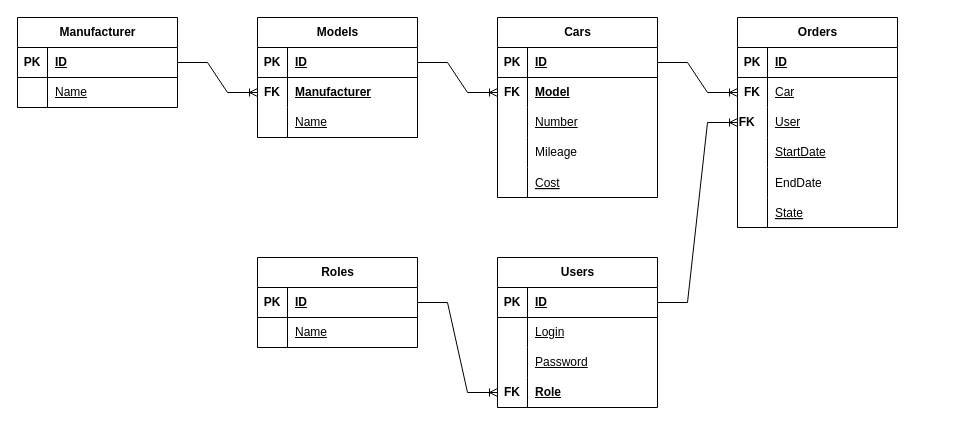
Above: attachments/ER Diagram.drawio in G82ft/edu-pract-24 (draw.io), before the change. Source tidied: cells renumbered, new cells numbered last; positions are measured from the earlier drawing's top-left corner, leaving out a move shared by most shapes. Both pictures are drawn from the tidied source at 100%, with x=0, y=0 at pixel (17, 17).
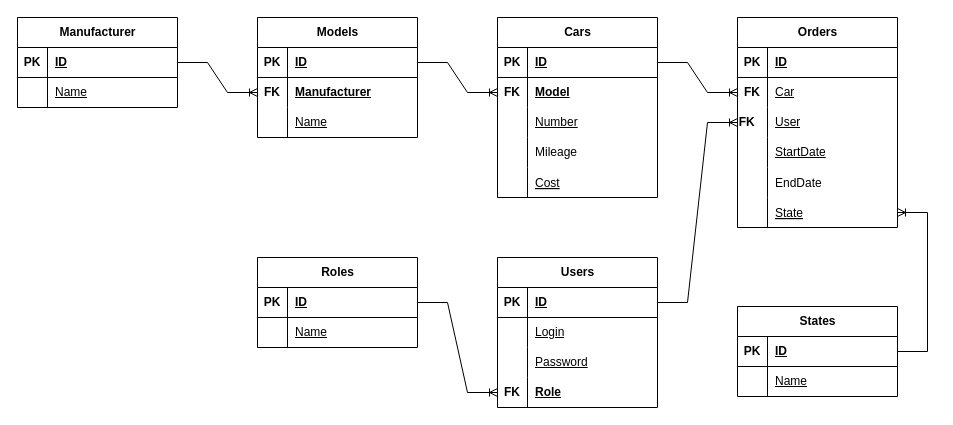
After the change.

The change refers to these unchanged cells:
```xml
<mxCell id="71" style="shape=tableRow;horizontal=0;startSize=0;swimlaneHead=0;swimlaneBody=0;fillColor=none;points=[[0,0.5],[1,0.5]];portConstraint=eastwest;top=0;left=0;right=0;bottom=0;" parent="55" vertex="1">
  <mxGeometry y="180" width="160" height="30" as="geometry" />
</mxCell>
```

Change to the diagram source:
```diff
@@
+    <mxCell id="79" value="States" style="shape=table;startSize=30;childLayout=tableLayout;rowLines=0;fontStyle=1;align=center;html=1;" parent="1" vertex="1">
+      <mxGeometry x="720" y="289" width="160" height="90" as="geometry" />
+    </mxCell>
+    <mxCell id="80" style="shape=tableRow;horizontal=0;startSize=0;swimlaneHead=0;swimlaneBody=0;fillColor=none;points=[[0,0.5],[1,0.5]];portConstraint=eastwest;top=0;left=0;right=0;bottom=1;" parent="79" vertex="1">
+      <mxGeometry y="30" width="160" height="30" as="geometry" />
+    </mxCell>
+    <mxCell id="81" value="PK" style="shape=partialRectangle;fillColor=none;top=0;left=0;bottom=0;right=0;fontStyle=1;overflow=hidden;whiteSpace=wrap;html=1;" parent="80" vertex="1">
+      <mxGeometry width="30" height="30" as="geometry" />
+    </mxCell>
+    <mxCell id="82" value="ID" style="shape=partialRectangle;fillColor=none;top=0;left=0;bottom=0;right=0;align=left;spacingLeft=6;fontStyle=5;overflow=hidden;whiteSpace=wrap;html=1;" parent="80" vertex="1">
+      <mxGeometry x="30" width="130" height="30" as="geometry" />
+    </mxCell>
+    <mxCell id="83" style="shape=tableRow;horizontal=0;startSize=0;swimlaneHead=0;swimlaneBody=0;fillColor=none;top=0;left=0;right=0;bottom=0;" parent="79" vertex="1">
+      <mxGeometry y="60" width="160" height="30" as="geometry" />
+    </mxCell>
+    <mxCell id="84" style="shape=partialRectangle;fillColor=none;top=0;left=0;bottom=0;right=0;overflow=hidden;whiteSpace=wrap;html=1;" parent="83" vertex="1">
+      <mxGeometry width="30" height="30" as="geometry" />
+    </mxCell>
+    <mxCell id="85" value="Name" style="shape=partialRectangle;fillColor=none;top=0;left=0;bottom=0;right=0;align=left;spacingLeft=6;overflow=hidden;whiteSpace=wrap;html=1;fontStyle=4;" parent="83" vertex="1">
+      <mxGeometry x="30" width="130" height="30" as="geometry" />
+    </mxCell>
+    <mxCell id="86" style="edgeStyle=entityRelationEdgeStyle;fontSize=12;html=1;endArrow=ERoneToMany;rounded=0;exitX=1;exitY=0.5;exitDx=0;exitDy=0;" parent="1" edge="1" source="80" target="71">
+      <mxGeometry relative="1" as="geometry" />
+    </mxCell>
```
